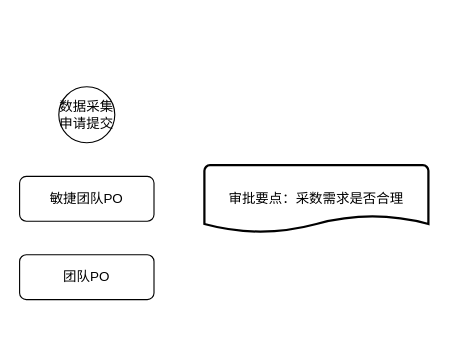
Before: 数据授权.drawio in sidonghua/wuziqi, a draw.io diagram. Source tidied: cells renumbered, new cells numbered last; positions are measured from the earlier drawing's top-left corner, leaving out a move shared by most shapes. Both pictures are drawn from the tidied source at 112%, with x=0, y=0 at pixel (19, 86).
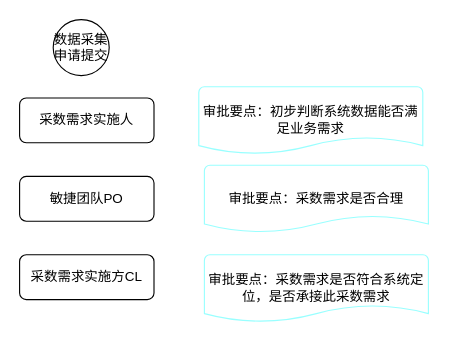
The same diagram, later.

The edit, as a diff of the source:
```diff
@@
 <mxGraphModel>
   <root>
     <mxCell id="0" />
     <mxCell id="1" parent="0" />
     <mxCell id="2" value="数据采集申请提交" style="ellipse;whiteSpace=wrap;html=1;" parent="1" vertex="1">
-      <mxGeometry x="35" width="50" height="50" as="geometry" />
+      <mxGeometry x="30" y="-60" width="50" height="50" as="geometry" />
     </mxCell>
     <mxCell id="3" value="敏捷团队PO" style="rounded=1;whiteSpace=wrap;html=1;" parent="1" vertex="1">
       <mxGeometry y="80" width="120" height="40" as="geometry" />
     </mxCell>
-    <mxCell id="4" value="团队PO" style="rounded=1;whiteSpace=wrap;html=1;" parent="1" vertex="1">
+    <mxCell id="4" value="采数需求实施方CL" style="rounded=1;whiteSpace=wrap;html=1;" parent="1" vertex="1">
       <mxGeometry y="150" width="120" height="40" as="geometry" />
     </mxCell>
-    <mxCell id="5" value="审批要点：采数需求是否合理" style="strokeWidth=2;html=1;shape=mxgraph.flowchart.document2;whiteSpace=wrap;size=0.25;" parent="1" vertex="1">
+    <mxCell id="5" value="审批要点：采数需求是否合理" style="strokeWidth=1;html=1;shape=mxgraph.flowchart.document2;whiteSpace=wrap;size=0.25;strokeColor=#99FFFF;" parent="1" vertex="1">
       <mxGeometry x="165" y="70" width="200" height="60" as="geometry" />
     </mxCell>
+    <mxCell id="6" value="采数需求实施人" style="rounded=1;whiteSpace=wrap;html=1;" parent="1" vertex="1">
+      <mxGeometry y="10" width="120" height="40" as="geometry" />
+    </mxCell>
+    <mxCell id="7" value="审批要点：初步判断系统数据能否满足业务需求" style="strokeWidth=1;html=1;shape=mxgraph.flowchart.document2;whiteSpace=wrap;size=0.25;strokeColor=#99FFFF;" parent="1" vertex="1">
+      <mxGeometry x="160" width="200" height="60" as="geometry" />
+    </mxCell>
+    <mxCell id="8" value="审批要点：采数需求是否符合系统定位，是否承接此采数需求" style="strokeWidth=1;html=1;shape=mxgraph.flowchart.document2;whiteSpace=wrap;size=0.25;strokeColor=#99FFFF;" parent="1" vertex="1">
+      <mxGeometry x="165" y="150" width="200" height="60" as="geometry" />
+    </mxCell>
   </root>
 </mxGraphModel>
```
